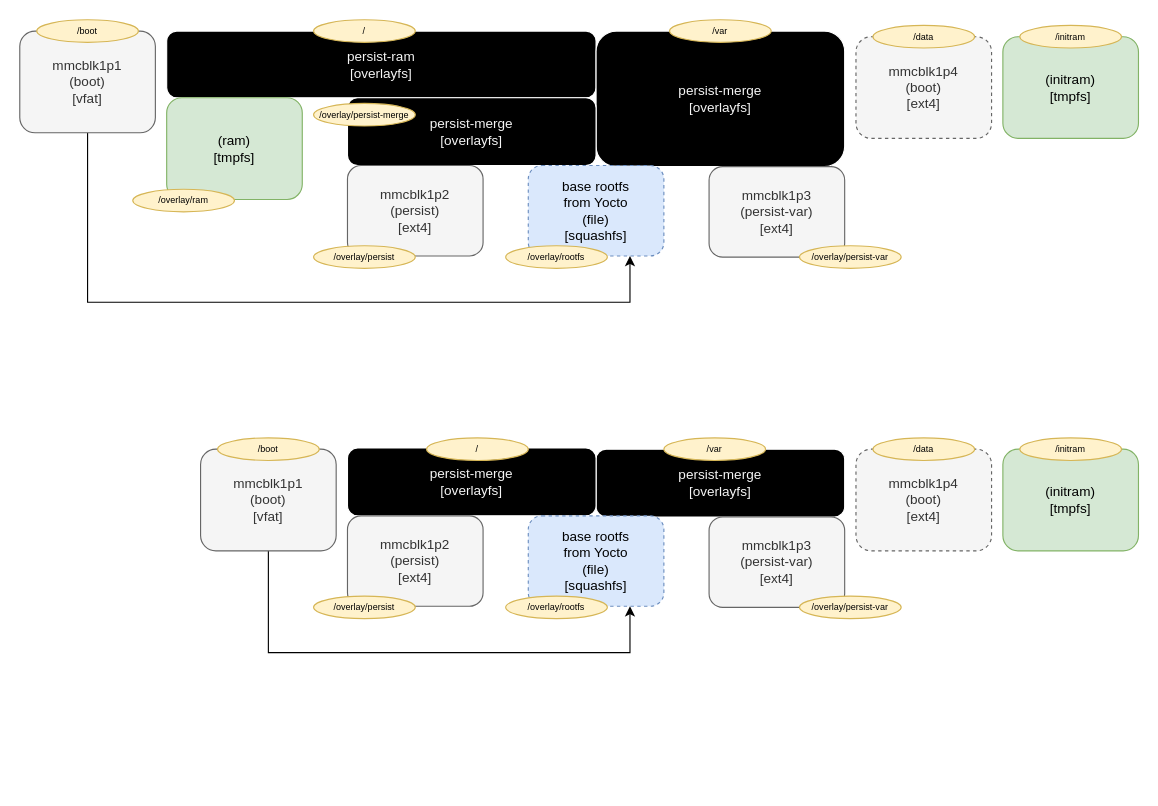
Earlier version of the draw.io diagram docs/meta-gemini-overlay.drawio (morixhub/meta-gemini). Source tidied: cells renumbered, new cells numbered last; positions are measured from the earlier drawing's top-left corner, leaving out a move shared by most shapes. Both pictures are drawn from the tidied source at 113%, with x=0, y=0 at pixel (19, 19).
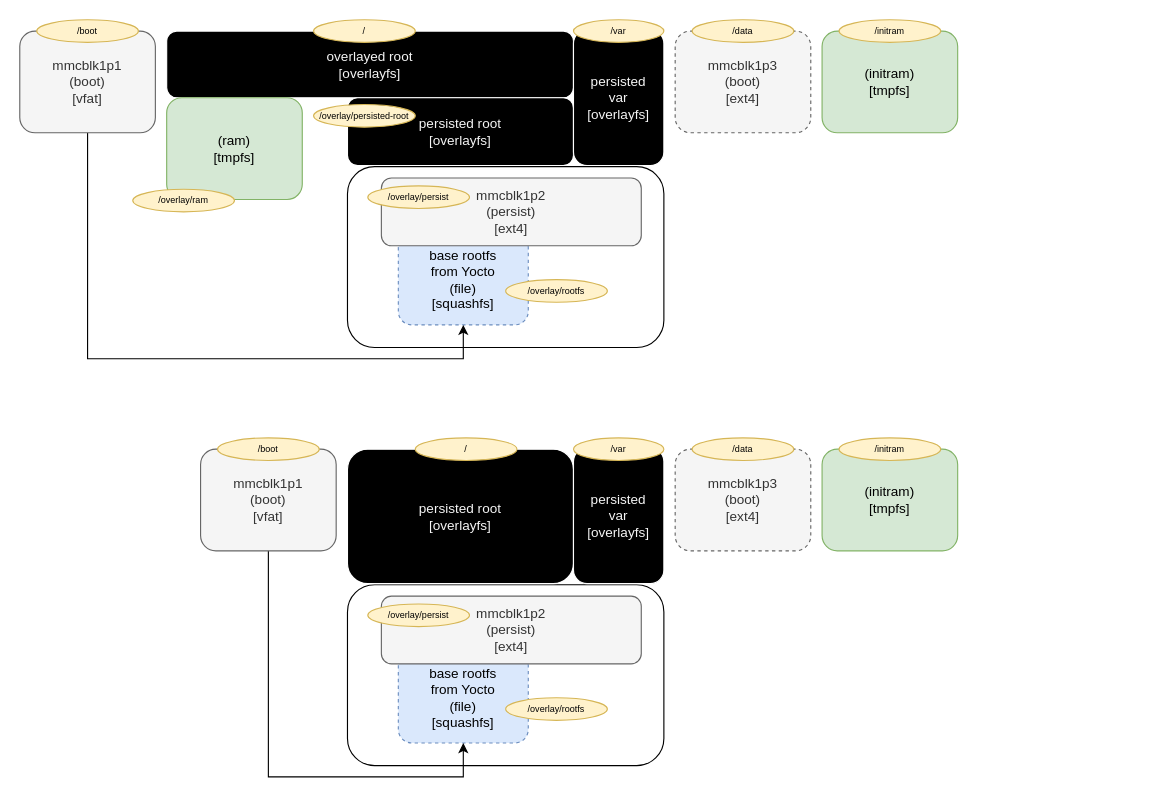
The same diagram, later.

The change refers to these unchanged cells:
```xml
<mxCell id="8" value="mmcblk1p1&lt;br&gt;(boot)&lt;br&gt;[vfat]" style="rounded=1;whiteSpace=wrap;html=1;fillColor=#f5f5f5;fontColor=#333333;strokeColor=#666666;" parent="1" vertex="1">
  <mxGeometry y="10" width="120" height="90" as="geometry" />
</mxCell>
<mxCell id="28" value="mmcblk1p1&lt;br&gt;(boot)&lt;br&gt;[vfat]" style="rounded=1;whiteSpace=wrap;html=1;fillColor=#f5f5f5;fontColor=#333333;strokeColor=#666666;" parent="1" vertex="1">
  <mxGeometry x="160" y="380" width="120" height="90" as="geometry" />
</mxCell>
```

The edit, as a diff of the source:
```diff
@@
+    <mxCell id="40" style="rounded=1;whiteSpace=wrap;html=1;fillColor=none;" parent="1" vertex="1">
+      <mxGeometry x="290" y="130" width="280" height="160" as="geometry" />
+    </mxCell>
-    <mxCell id="2" value="&lt;span style=&quot;color: rgb(245, 245, 245);&quot;&gt;persist-ram&lt;br&gt;&lt;/span&gt;&lt;span style=&quot;color: rgb(245, 245, 245);&quot;&gt;[overlayfs]&lt;/span&gt;" style="rounded=1;whiteSpace=wrap;html=1;fillColor=#000000;strokeColor=#ffffff;" parent="1" vertex="1">
-      <mxGeometry x="130" y="10" width="380" height="59" as="geometry" />
+    <mxCell id="2" value="&lt;span style=&quot;color: rgb(245, 245, 245);&quot;&gt;overlayed root&lt;br&gt;&lt;/span&gt;&lt;span style=&quot;color: rgb(245, 245, 245);&quot;&gt;[overlayfs]&lt;/span&gt;" style="rounded=1;whiteSpace=wrap;html=1;fillColor=#000000;strokeColor=#ffffff;" parent="1" vertex="1">
+      <mxGeometry x="130" y="10" width="360" height="59" as="geometry" />
     </mxCell>
-    <mxCell id="3" value="&lt;span style=&quot;color: rgb(245, 245, 245);&quot;&gt;persist-merge&lt;br&gt;&lt;/span&gt;&lt;span style=&quot;color: rgb(245, 245, 245);&quot;&gt;[overlayfs]&lt;/span&gt;" style="rounded=1;whiteSpace=wrap;html=1;fillColor=#000000;strokeColor=#ffffff;" parent="1" vertex="1">
-      <mxGeometry x="510" y="10" width="220" height="120" as="geometry" />
-    </mxCell>
-    <mxCell id="4" value="&lt;span style=&quot;color: rgb(245, 245, 245);&quot;&gt;persist-merge&lt;br&gt;&lt;/span&gt;&lt;span style=&quot;color: rgb(245, 245, 245);&quot;&gt;[overlayfs]&lt;/span&gt;" style="rounded=1;whiteSpace=wrap;html=1;fillColor=#000000;strokeColor=#ffffff;" parent="1" vertex="1">
-      <mxGeometry x="290" y="69" width="220" height="60" as="geometry" />
+    <mxCell id="4" value="&lt;span style=&quot;color: rgb(245, 245, 245);&quot;&gt;persisted root&lt;br&gt;&lt;/span&gt;&lt;span style=&quot;color: rgb(245, 245, 245);&quot;&gt;[overlayfs]&lt;/span&gt;" style="rounded=1;whiteSpace=wrap;html=1;fillColor=#000000;strokeColor=#ffffff;" parent="1" vertex="1">
+      <mxGeometry x="290" y="69" width="200" height="60" as="geometry" />
     </mxCell>
     <mxCell id="5" value="base rootfs&lt;br&gt;from Yocto&lt;br&gt;(file)&lt;br&gt;[squashfs]" style="rounded=1;whiteSpace=wrap;html=1;fillColor=#dae8fc;strokeColor=#6c8ebf;dashed=1;" parent="1" vertex="1">
-      <mxGeometry x="450" y="129" width="120" height="80" as="geometry" />
+      <mxGeometry x="335" y="190" width="115" height="80" as="geometry" />
     </mxCell>
     <mxCell id="6" value="mmcblk1p2&lt;br&gt;(persist)&lt;br&gt;[ext4]" style="rounded=1;whiteSpace=wrap;html=1;fillColor=#f5f5f5;fontColor=#333333;strokeColor=#666666;" parent="1" vertex="1">
-      <mxGeometry x="290" y="129" width="120" height="80" as="geometry" />
+      <mxGeometry x="320" y="140" width="230" height="60" as="geometry" />
     </mxCell>
-    <mxCell id="7" style="edgeStyle=orthogonalEdgeStyle;rounded=0;jettySize=auto;html=1;entryX=0.75;entryY=1;entryDx=0;entryDy=0;" parent="1" edge="1" source="8" target="5">
+    <mxCell id="7" style="edgeStyle=orthogonalEdgeStyle;rounded=0;jettySize=auto;html=1;exitX=0.5;exitY=1;exitDx=0;exitDy=0;entryX=0.5;entryY=1;entryDx=0;entryDy=0;" parent="1" edge="1" source="8" target="5">
       <mxGeometry relative="1" as="geometry">
         <Array as="points">
-          <mxPoint x="60" y="250" />
-          <mxPoint x="540" y="250" />
+          <mxPoint x="60" y="300" />
+          <mxPoint x="392" y="300" />
         </Array>
       </mxGeometry>
     </mxCell>
@@
-    <mxCell id="10" value="mmcblk1p3&lt;br&gt;(persist-var)&lt;br&gt;[ext4]" style="rounded=1;whiteSpace=wrap;html=1;fillColor=#f5f5f5;fontColor=#333333;strokeColor=#666666;" parent="1" vertex="1">
-      <mxGeometry x="610" y="130" width="120" height="80" as="geometry" />
-    </mxCell>
-    <mxCell id="11" value="mmcblk1p4&lt;br&gt;(boot)&lt;br&gt;[ext4]" style="rounded=1;whiteSpace=wrap;html=1;fillColor=#f5f5f5;fontColor=#333333;strokeColor=#666666;dashed=1;" parent="1" vertex="1">
-      <mxGeometry x="740" y="15" width="120" height="90" as="geometry" />
+    <mxCell id="11" value="mmcblk1p3&lt;br&gt;(boot)&lt;br&gt;[ext4]" style="rounded=1;whiteSpace=wrap;html=1;fillColor=#f5f5f5;fontColor=#333333;strokeColor=#666666;dashed=1;" parent="1" vertex="1">
+      <mxGeometry x="580" y="10" width="120" height="90" as="geometry" />
     </mxCell>
@@
-    <mxCell id="14" value="/var" style="ellipse;whiteSpace=wrap;html=1;fillColor=#fff2cc;strokeColor=#d6b656;fontSize=8;" parent="1" vertex="1">
-      <mxGeometry x="575" width="90" height="20" as="geometry" />
-    </mxCell>
     <mxCell id="15" value="/data" style="ellipse;whiteSpace=wrap;html=1;fillColor=#fff2cc;strokeColor=#d6b656;fontSize=8;" parent="1" vertex="1">
-      <mxGeometry x="755" y="5" width="90" height="20" as="geometry" />
+      <mxGeometry x="595" width="90" height="20" as="geometry" />
     </mxCell>
     <mxCell id="16" value="(initram)&lt;br&gt;[tmpfs]" style="rounded=1;whiteSpace=wrap;html=1;fillColor=#d5e8d4;strokeColor=#82b366;" parent="1" vertex="1">
-      <mxGeometry x="870" y="15" width="120" height="90" as="geometry" />
+      <mxGeometry x="710" y="10" width="120" height="90" as="geometry" />
     </mxCell>
     <mxCell id="17" value="/initram" style="ellipse;whiteSpace=wrap;html=1;fillColor=#fff2cc;strokeColor=#d6b656;fontSize=8;" parent="1" vertex="1">
-      <mxGeometry x="885" y="5" width="90" height="20" as="geometry" />
+      <mxGeometry x="725" width="90" height="20" as="geometry" />
     </mxCell>
@@
-    <mxCell id="19" value="/overlay/persist-merge" style="ellipse;whiteSpace=wrap;html=1;fillColor=#fff2cc;strokeColor=#d6b656;fontSize=8;" parent="1" vertex="1">
-      <mxGeometry x="260" y="74" width="90" height="20" as="geometry" />
+    <mxCell id="19" value="/overlay/persisted-root" style="ellipse;whiteSpace=wrap;html=1;fillColor=#fff2cc;strokeColor=#d6b656;fontSize=8;" parent="1" vertex="1">
+      <mxGeometry x="260" y="75" width="90" height="20" as="geometry" />
     </mxCell>
     <mxCell id="20" value="/overlay/persist" style="ellipse;whiteSpace=wrap;html=1;fillColor=#fff2cc;strokeColor=#d6b656;fontSize=8;" parent="1" vertex="1">
-      <mxGeometry x="260" y="200" width="90" height="20" as="geometry" />
+      <mxGeometry x="308" y="147" width="90" height="20" as="geometry" />
     </mxCell>
     <mxCell id="21" value="/overlay/rootfs" style="ellipse;whiteSpace=wrap;html=1;fillColor=#fff2cc;strokeColor=#d6b656;fontSize=8;" parent="1" vertex="1">
-      <mxGeometry x="430" y="200" width="90" height="20" as="geometry" />
+      <mxGeometry x="430" y="230" width="90" height="20" as="geometry" />
     </mxCell>
-    <mxCell id="22" value="/overlay/persist-var" style="ellipse;whiteSpace=wrap;html=1;fillColor=#fff2cc;strokeColor=#d6b656;fontSize=8;" parent="1" vertex="1">
-      <mxGeometry x="690" y="200" width="90" height="20" as="geometry" />
-    </mxCell>
-    <mxCell id="23" value="&lt;span style=&quot;color: rgb(245, 245, 245);&quot;&gt;persist-merge&lt;br&gt;&lt;/span&gt;&lt;span style=&quot;color: rgb(245, 245, 245);&quot;&gt;[overlayfs]&lt;/span&gt;" style="rounded=1;whiteSpace=wrap;html=1;fillColor=#000000;strokeColor=#ffffff;" parent="1" vertex="1">
-      <mxGeometry x="510" y="380" width="220" height="60" as="geometry" />
-    </mxCell>
-    <mxCell id="24" value="&lt;span style=&quot;color: rgb(245, 245, 245);&quot;&gt;persist-merge&lt;br&gt;&lt;/span&gt;&lt;span style=&quot;color: rgb(245, 245, 245);&quot;&gt;[overlayfs]&lt;/span&gt;" style="rounded=1;whiteSpace=wrap;html=1;fillColor=#000000;strokeColor=#ffffff;" parent="1" vertex="1">
-      <mxGeometry x="290" y="379" width="220" height="60" as="geometry" />
-    </mxCell>
+    <mxCell id="3" value="&lt;span style=&quot;color: rgb(245, 245, 245);&quot;&gt;persisted&lt;br&gt;var&lt;br&gt;&lt;/span&gt;&lt;span style=&quot;color: rgb(245, 245, 245);&quot;&gt;[overlayfs]&lt;/span&gt;" style="rounded=1;whiteSpace=wrap;html=1;fillColor=#000000;strokeColor=#ffffff;" parent="1" vertex="1">
+      <mxGeometry x="490" y="9" width="80" height="120" as="geometry" />
+    </mxCell>
+    <mxCell id="14" value="/var" style="ellipse;whiteSpace=wrap;html=1;fillColor=#fff2cc;strokeColor=#d6b656;fontSize=8;" parent="1" vertex="1">
+      <mxGeometry x="490" width="80" height="20" as="geometry" />
+    </mxCell>
+    <mxCell id="41" style="rounded=1;whiteSpace=wrap;html=1;fillColor=none;" parent="1" vertex="1">
+      <mxGeometry x="290" y="500" width="280" height="160" as="geometry" />
+    </mxCell>
+    <mxCell id="42" value="&lt;span style=&quot;color: rgb(245, 245, 245);&quot;&gt;persisted root&lt;br&gt;&lt;/span&gt;&lt;span style=&quot;color: rgb(245, 245, 245);&quot;&gt;[overlayfs]&lt;/span&gt;" style="rounded=1;whiteSpace=wrap;html=1;fillColor=#000000;strokeColor=#ffffff;" parent="1" vertex="1">
+      <mxGeometry x="290" y="380" width="200" height="119" as="geometry" />
+    </mxCell>
     <mxCell id="25" value="base rootfs&lt;br&gt;from Yocto&lt;br&gt;(file)&lt;br&gt;[squashfs]" style="rounded=1;whiteSpace=wrap;html=1;fillColor=#dae8fc;strokeColor=#6c8ebf;dashed=1;" parent="1" vertex="1">
-      <mxGeometry x="450" y="439" width="120" height="80" as="geometry" />
+      <mxGeometry x="335" y="560" width="115" height="80" as="geometry" />
     </mxCell>
     <mxCell id="26" value="mmcblk1p2&lt;br&gt;(persist)&lt;br&gt;[ext4]" style="rounded=1;whiteSpace=wrap;html=1;fillColor=#f5f5f5;fontColor=#333333;strokeColor=#666666;" parent="1" vertex="1">
-      <mxGeometry x="290" y="439" width="120" height="80" as="geometry" />
+      <mxGeometry x="320" y="510" width="230" height="60" as="geometry" />
     </mxCell>
-    <mxCell id="27" style="edgeStyle=orthogonalEdgeStyle;rounded=0;jettySize=auto;html=1;entryX=0.75;entryY=1;entryDx=0;entryDy=0;" parent="1" edge="1" source="28" target="25">
+    <mxCell id="27" style="edgeStyle=orthogonalEdgeStyle;rounded=0;jettySize=auto;html=1;exitX=0.5;exitY=1;exitDx=0;exitDy=0;entryX=0.5;entryY=1;entryDx=0;entryDy=0;" parent="1" edge="1" source="28" target="25">
       <mxGeometry relative="1" as="geometry">
         <Array as="points">
-          <mxPoint x="220" y="560" />
-          <mxPoint x="540" y="560" />
+          <mxPoint x="220" y="670" />
+          <mxPoint x="392" y="670" />
         </Array>
       </mxGeometry>
     </mxCell>
@@
-    <mxCell id="29" value="mmcblk1p3&lt;br&gt;(persist-var)&lt;br&gt;[ext4]" style="rounded=1;whiteSpace=wrap;html=1;fillColor=#f5f5f5;fontColor=#333333;strokeColor=#666666;" parent="1" vertex="1">
-      <mxGeometry x="610" y="440" width="120" height="80" as="geometry" />
-    </mxCell>
-    <mxCell id="30" value="mmcblk1p4&lt;br&gt;(boot)&lt;br&gt;[ext4]" style="rounded=1;whiteSpace=wrap;html=1;fillColor=#f5f5f5;fontColor=#333333;strokeColor=#666666;dashed=1;" parent="1" vertex="1">
-      <mxGeometry x="740" y="380" width="120" height="90" as="geometry" />
-    </mxCell>
+    <mxCell id="43" value="mmcblk1p3&lt;br&gt;(boot)&lt;br&gt;[ext4]" style="rounded=1;whiteSpace=wrap;html=1;fillColor=#f5f5f5;fontColor=#333333;strokeColor=#666666;dashed=1;" parent="1" vertex="1">
+      <mxGeometry x="580" y="380" width="120" height="90" as="geometry" />
+    </mxCell>
@@
-    <mxCell id="32" value="/var" style="ellipse;whiteSpace=wrap;html=1;fillColor=#fff2cc;strokeColor=#d6b656;fontSize=8;" parent="1" vertex="1">
-      <mxGeometry x="570" y="370" width="90" height="20" as="geometry" />
-    </mxCell>
     <mxCell id="33" value="/data" style="ellipse;whiteSpace=wrap;html=1;fillColor=#fff2cc;strokeColor=#d6b656;fontSize=8;" parent="1" vertex="1">
-      <mxGeometry x="755" y="370" width="90" height="20" as="geometry" />
+      <mxGeometry x="595" y="370" width="90" height="20" as="geometry" />
     </mxCell>
     <mxCell id="34" value="(initram)&lt;br&gt;[tmpfs]" style="rounded=1;whiteSpace=wrap;html=1;fillColor=#d5e8d4;strokeColor=#82b366;" parent="1" vertex="1">
-      <mxGeometry x="870" y="380" width="120" height="90" as="geometry" />
+      <mxGeometry x="710" y="380" width="120" height="90" as="geometry" />
     </mxCell>
     <mxCell id="35" value="/initram" style="ellipse;whiteSpace=wrap;html=1;fillColor=#fff2cc;strokeColor=#d6b656;fontSize=8;" parent="1" vertex="1">
-      <mxGeometry x="885" y="370" width="90" height="20" as="geometry" />
+      <mxGeometry x="725" y="370" width="90" height="20" as="geometry" />
     </mxCell>
     <mxCell id="36" value="/" style="ellipse;whiteSpace=wrap;html=1;fillColor=#fff2cc;strokeColor=#d6b656;fontSize=8;" parent="1" vertex="1">
-      <mxGeometry x="360" y="370" width="90" height="20" as="geometry" />
+      <mxGeometry x="350" y="370" width="90" height="20" as="geometry" />
     </mxCell>
     <mxCell id="37" value="/overlay/persist" style="ellipse;whiteSpace=wrap;html=1;fillColor=#fff2cc;strokeColor=#d6b656;fontSize=8;" parent="1" vertex="1">
-      <mxGeometry x="260" y="510" width="90" height="20" as="geometry" />
+      <mxGeometry x="308" y="517" width="90" height="20" as="geometry" />
     </mxCell>
     <mxCell id="38" value="/overlay/rootfs" style="ellipse;whiteSpace=wrap;html=1;fillColor=#fff2cc;strokeColor=#d6b656;fontSize=8;" parent="1" vertex="1">
-      <mxGeometry x="430" y="510" width="90" height="20" as="geometry" />
+      <mxGeometry x="430" y="600" width="90" height="20" as="geometry" />
     </mxCell>
-    <mxCell id="39" value="/overlay/persist-var" style="ellipse;whiteSpace=wrap;html=1;fillColor=#fff2cc;strokeColor=#d6b656;fontSize=8;" parent="1" vertex="1">
-      <mxGeometry x="690" y="510" width="90" height="20" as="geometry" />
-    </mxCell>
+    <mxCell id="44" value="&lt;span style=&quot;color: rgb(245, 245, 245);&quot;&gt;persisted&lt;br&gt;var&lt;br&gt;&lt;/span&gt;&lt;span style=&quot;color: rgb(245, 245, 245);&quot;&gt;[overlayfs]&lt;/span&gt;" style="rounded=1;whiteSpace=wrap;html=1;fillColor=#000000;strokeColor=#ffffff;" parent="1" vertex="1">
+      <mxGeometry x="490" y="379" width="80" height="120" as="geometry" />
+    </mxCell>
+    <mxCell id="32" value="/var" style="ellipse;whiteSpace=wrap;html=1;fillColor=#fff2cc;strokeColor=#d6b656;fontSize=8;" parent="1" vertex="1">
+      <mxGeometry x="490" y="370" width="80" height="20" as="geometry" />
+    </mxCell>
```
